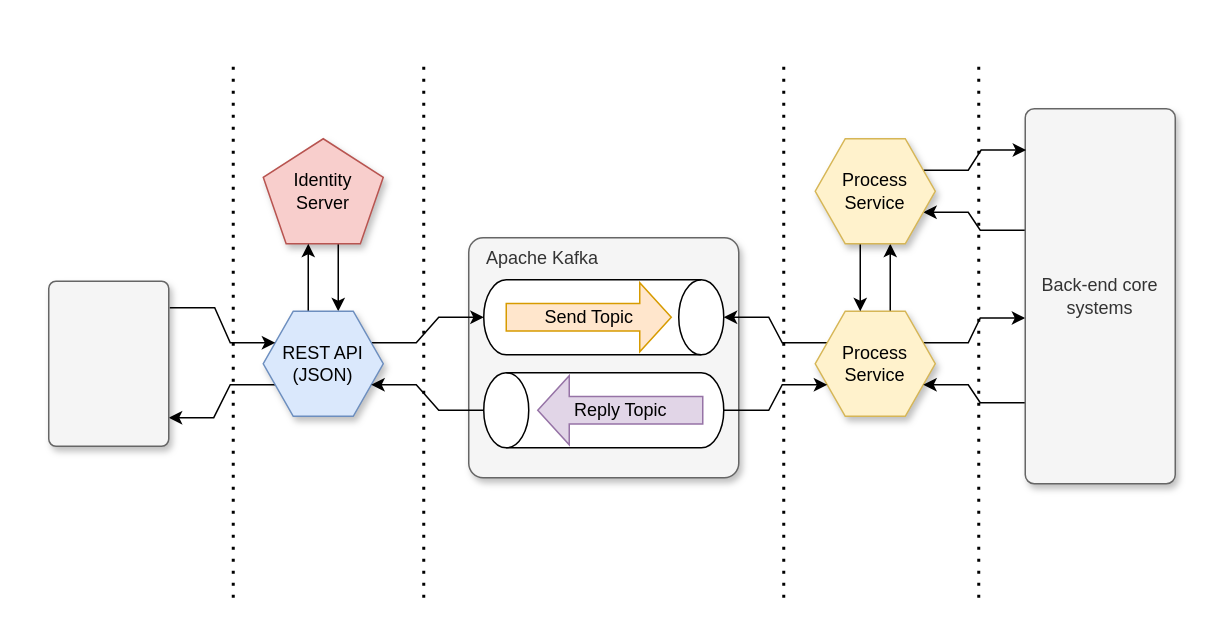
badenhorstp/readme keeps this draw.io diagram as page "Proposed Design" (1 of 8) of Microservice Architecture.drawio. Above is the earlier version. Source tidied: cells renumbered, new cells numbered last; positions are measured from the earlier drawing's top-left corner, leaving out a move shared by most shapes. Both pictures are drawn from the tidied source at 150%, with x=0, y=0 at pixel (48, 57).
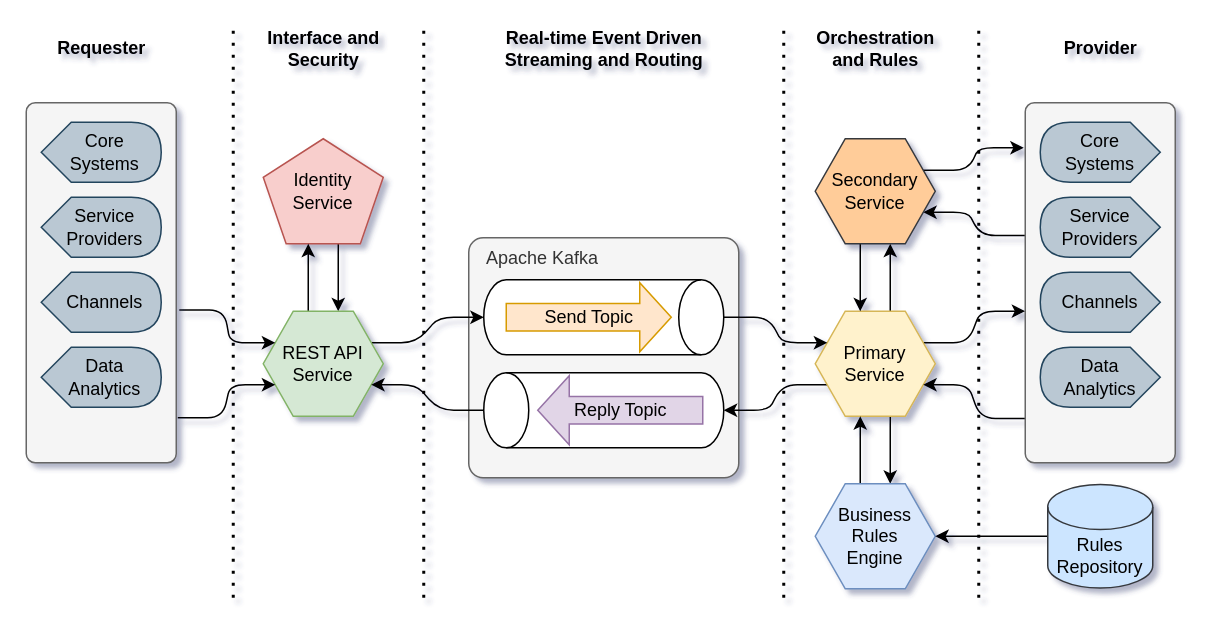
The same diagram, later.

Unchanged cells that the change refers to:
```xml
<mxCell id="21" style="shape=cylinder3;whiteSpace=wrap;html=1;boundedLbl=1;backgroundOutline=1;size=15;direction=south;" parent="1" vertex="1">
  <mxGeometry x="290" y="148" width="160" height="50" as="geometry" />
</mxCell>
<mxCell id="23" style="shape=cylinder3;whiteSpace=wrap;html=1;boundedLbl=1;backgroundOutline=1;size=15;direction=north;" parent="1" vertex="1">
  <mxGeometry x="290" y="210" width="160" height="50" as="geometry" />
</mxCell>
```

Change to the diagram source:
```diff
@@
-<mxGraphModel>
+<mxGraphModel shadow="1">
@@
-    <mxCell id="2" value="Apache Kafka" style="rounded=1;whiteSpace=wrap;html=1;arcSize=6;align=left;horizontal=1;verticalAlign=top;spacingLeft=10;fillColor=#f5f5f5;strokeColor=#666666;fontColor=#333333;shadow=1;" parent="1" vertex="1">
+    <mxCell id="2" value="Apache Kafka" style="rounded=1;whiteSpace=wrap;html=1;arcSize=6;align=left;horizontal=1;verticalAlign=top;spacingLeft=10;fillColor=#f5f5f5;strokeColor=#666666;fontColor=#333333;shadow=0;" parent="1" vertex="1">
       <mxGeometry x="280" y="120" width="180" height="160" as="geometry" />
     </mxCell>
@@
-    <mxCell id="4" value="Identity&lt;br&gt;Server" style="whiteSpace=wrap;html=1;shape=mxgraph.basic.pentagon;fillColor=#f8cecc;strokeColor=#b85450;shadow=1;" parent="1" vertex="1">
+    <mxCell id="4" value="Identity&lt;br&gt;Service" style="whiteSpace=wrap;html=1;shape=mxgraph.basic.pentagon;fillColor=#f8cecc;strokeColor=#b85450;shadow=0;" parent="1" vertex="1">
       <mxGeometry x="143" y="54" width="80" height="70" as="geometry" />
     </mxCell>
-    <mxCell id="5" style="edgeStyle=entityRelationEdgeStyle;rounded=0;jettySize=auto;html=1;exitX=1;exitY=0.25;exitDx=0;exitDy=0;entryX=0.5;entryY=1;entryDx=0;entryDy=0;entryPerimeter=0;" parent="1" edge="1" source="8" target="21">
+    <mxCell id="5" style="edgeStyle=entityRelationEdgeStyle;rounded=1;jettySize=auto;html=1;exitX=1;exitY=0.25;exitDx=0;exitDy=0;entryX=0.5;entryY=1;entryDx=0;entryDy=0;entryPerimeter=0;" parent="1" edge="1" source="8" target="21">
       <mxGeometry relative="1" as="geometry" />
     </mxCell>
@@
-    <mxCell id="7" style="edgeStyle=entityRelationEdgeStyle;rounded=0;jettySize=auto;html=1;exitX=0;exitY=0.75;exitDx=0;exitDy=0;entryX=1;entryY=0.827;entryDx=0;entryDy=0;entryPerimeter=0;" parent="1" edge="1" source="8" target="30">
-      <mxGeometry relative="1" as="geometry" />
-    </mxCell>
-    <mxCell id="8" value="REST API&lt;br&gt;(JSON)" style="shape=hexagon;perimeter=hexagonPerimeter2;whiteSpace=wrap;html=1;fixedSize=1;fillColor=#dae8fc;strokeColor=#6c8ebf;shadow=1;rounded=0;" parent="1" vertex="1">
+    <mxCell id="8" value="REST API&lt;br&gt;Service" style="shape=hexagon;perimeter=hexagonPerimeter2;whiteSpace=wrap;html=1;fixedSize=1;fillColor=#d5e8d4;strokeColor=#82b366;shadow=0;rounded=0;" parent="1" vertex="1">
       <mxGeometry x="143" y="169" width="80" height="70" as="geometry" />
     </mxCell>
-    <mxCell id="9" style="edgeStyle=entityRelationEdgeStyle;rounded=0;jettySize=auto;html=1;exitX=0;exitY=0.25;exitDx=0;exitDy=0;entryX=0.5;entryY=0;entryDx=0;entryDy=0;entryPerimeter=0;" parent="1" edge="1" source="12" target="21">
-      <mxGeometry relative="1" as="geometry" />
-    </mxCell>
-    <mxCell id="10" style="edgeStyle=entityRelationEdgeStyle;rounded=0;jettySize=auto;html=1;exitX=1;exitY=0.25;exitDx=0;exitDy=0;entryX=0;entryY=0.558;entryDx=0;entryDy=0;entryPerimeter=0;" parent="1" edge="1" source="12" target="17">
+    <mxCell id="10" style="edgeStyle=entityRelationEdgeStyle;rounded=1;jettySize=auto;html=1;exitX=1;exitY=0.25;exitDx=0;exitDy=0;entryX=0;entryY=0.579;entryDx=0;entryDy=0;entryPerimeter=0;" parent="1" edge="1" source="12" target="17">
       <mxGeometry relative="1" as="geometry" />
     </mxCell>
@@
+    <mxCell id="31" style="edgeStyle=none;rounded=1;jettySize=auto;html=1;exitX=0.625;exitY=1;exitDx=0;exitDy=0;entryX=0.625;entryY=0;entryDx=0;entryDy=0;" parent="1" edge="1" source="12" target="41">
+      <mxGeometry relative="1" as="geometry" />
+    </mxCell>
+    <mxCell id="32" style="edgeStyle=entityRelationEdgeStyle;rounded=1;jettySize=auto;html=1;exitX=0;exitY=0.75;exitDx=0;exitDy=0;entryX=0.5;entryY=1;entryDx=0;entryDy=0;entryPerimeter=0;" parent="1" edge="1" source="12" target="23">
+      <mxGeometry relative="1" as="geometry" />
+    </mxCell>
-    <mxCell id="12" value="Process&lt;br&gt;Service" style="shape=hexagon;perimeter=hexagonPerimeter2;whiteSpace=wrap;html=1;fixedSize=1;fillColor=#fff2cc;strokeColor=#d6b656;shadow=1;" parent="1" vertex="1">
+    <mxCell id="12" value="Primary Service" style="shape=hexagon;perimeter=hexagonPerimeter2;whiteSpace=wrap;html=1;fixedSize=1;fillColor=#fff2cc;strokeColor=#d6b656;shadow=0;" parent="1" vertex="1">
       <mxGeometry x="511" y="169" width="80" height="70" as="geometry" />
     </mxCell>
-    <mxCell id="13" style="edgeStyle=entityRelationEdgeStyle;rounded=0;jettySize=auto;html=1;exitX=0.5;exitY=1;exitDx=0;exitDy=0;entryX=0;entryY=0.75;entryDx=0;entryDy=0;exitPerimeter=0;" parent="1" edge="1" source="23" target="12">
-      <mxGeometry relative="1" as="geometry" />
-    </mxCell>
-    <mxCell id="14" style="edgeStyle=entityRelationEdgeStyle;rounded=0;jettySize=auto;html=1;exitX=0.5;exitY=0;exitDx=0;exitDy=0;exitPerimeter=0;entryX=1;entryY=0.75;entryDx=0;entryDy=0;" parent="1" edge="1" source="23" target="8">
+    <mxCell id="14" style="edgeStyle=entityRelationEdgeStyle;rounded=1;jettySize=auto;html=1;exitX=0.5;exitY=0;exitDx=0;exitDy=0;exitPerimeter=0;entryX=1;entryY=0.75;entryDx=0;entryDy=0;" parent="1" edge="1" source="23" target="8">
       <mxGeometry relative="1" as="geometry" />
     </mxCell>
-    <mxCell id="15" style="edgeStyle=entityRelationEdgeStyle;rounded=0;jettySize=auto;html=1;exitX=0;exitY=0.784;exitDx=0;exitDy=0;entryX=1;entryY=0.75;entryDx=0;entryDy=0;exitPerimeter=0;" parent="1" edge="1" source="17" target="12">
+    <mxCell id="15" style="edgeStyle=entityRelationEdgeStyle;rounded=1;jettySize=auto;html=1;exitX=0;exitY=0.877;exitDx=0;exitDy=0;entryX=1;entryY=0.75;entryDx=0;entryDy=0;exitPerimeter=0;" parent="1" edge="1" source="17" target="12">
       <mxGeometry relative="1" as="geometry" />
     </mxCell>
-    <mxCell id="16" style="edgeStyle=entityRelationEdgeStyle;rounded=0;jettySize=auto;html=1;exitX=0;exitY=0.324;exitDx=0;exitDy=0;entryX=1;entryY=0.75;entryDx=0;entryDy=0;exitPerimeter=0;" parent="1" edge="1" source="17" target="20">
+    <mxCell id="16" style="edgeStyle=entityRelationEdgeStyle;rounded=1;jettySize=auto;html=1;exitX=0;exitY=0.369;exitDx=0;exitDy=0;entryX=1;entryY=0.75;entryDx=0;entryDy=0;exitPerimeter=0;" parent="1" edge="1" source="17" target="20">
       <mxGeometry relative="1" as="geometry" />
     </mxCell>
-    <mxCell id="17" value="Back-end core systems" style="rounded=1;whiteSpace=wrap;html=1;arcSize=6;align=center;horizontal=1;verticalAlign=middle;spacingLeft=0;fillColor=#f5f5f5;strokeColor=#666666;fontColor=#333333;shadow=1;" parent="1" vertex="1">
-      <mxGeometry x="651" y="34" width="100" height="250" as="geometry" />
+    <mxCell id="17" style="rounded=1;whiteSpace=wrap;html=1;arcSize=6;align=center;horizontal=1;verticalAlign=middle;spacingLeft=0;fillColor=#f5f5f5;strokeColor=#666666;fontColor=#333333;shadow=0;" parent="1" vertex="1">
+      <mxGeometry x="651" y="30" width="100" height="240" as="geometry" />
     </mxCell>
@@
-    <mxCell id="19" style="edgeStyle=entityRelationEdgeStyle;rounded=0;jettySize=auto;html=1;exitX=1;exitY=0.25;exitDx=0;exitDy=0;entryX=0.006;entryY=0.11;entryDx=0;entryDy=0;entryPerimeter=0;" parent="1" edge="1" source="20" target="17">
-      <mxGeometry relative="1" as="geometry" />
+    <mxCell id="19" style="edgeStyle=entityRelationEdgeStyle;rounded=1;jettySize=auto;html=1;exitX=1;exitY=0.25;exitDx=0;exitDy=0;" parent="1" edge="1" source="20">
+      <mxGeometry relative="1" as="geometry">
+        <mxPoint x="650" y="60" as="targetPoint" />
+      </mxGeometry>
     </mxCell>
-    <mxCell id="20" value="Process&lt;br&gt;Service" style="shape=hexagon;perimeter=hexagonPerimeter2;whiteSpace=wrap;html=1;fixedSize=1;fillColor=#fff2cc;strokeColor=#d6b656;shadow=1;" parent="1" vertex="1">
+    <mxCell id="20" value="Secondary Service" style="shape=hexagon;perimeter=hexagonPerimeter2;whiteSpace=wrap;html=1;fixedSize=1;fillColor=#ffcc99;strokeColor=#36393d;shadow=0;" parent="1" vertex="1">
       <mxGeometry x="511" y="54" width="80" height="70" as="geometry" />
     </mxCell>
+    <mxCell id="33" style="edgeStyle=entityRelationEdgeStyle;rounded=1;jettySize=auto;html=1;exitX=0.5;exitY=0;exitDx=0;exitDy=0;exitPerimeter=0;entryX=0;entryY=0.25;entryDx=0;entryDy=0;" parent="1" edge="1" source="21" target="12">
+      <mxGeometry relative="1" as="geometry" />
+    </mxCell>
@@
     <mxCell id="25" style="endArrow=none;dashed=1;html=1;dashPattern=1 3;strokeWidth=2;" parent="1" edge="1">
       <mxGeometry relative="1" as="geometry">
         <mxPoint x="250" y="360" as="sourcePoint" />
-        <mxPoint x="250" as="targetPoint" />
+        <mxPoint x="250" y="-20" as="targetPoint" />
       </mxGeometry>
     </mxCell>
     <mxCell id="26" style="endArrow=none;dashed=1;html=1;dashPattern=1 3;strokeWidth=2;" parent="1" edge="1">
       <mxGeometry relative="1" as="geometry">
         <mxPoint x="490" y="360" as="sourcePoint" />
-        <mxPoint x="490" as="targetPoint" />
+        <mxPoint x="490" y="-20" as="targetPoint" />
       </mxGeometry>
     </mxCell>
     <mxCell id="27" style="endArrow=none;dashed=1;html=1;dashPattern=1 3;strokeWidth=2;" parent="1" edge="1">
       <mxGeometry relative="1" as="geometry">
         <mxPoint x="123" y="360" as="sourcePoint" />
-        <mxPoint x="123" as="targetPoint" />
+        <mxPoint x="123" y="-20" as="targetPoint" />
       </mxGeometry>
     </mxCell>
     <mxCell id="28" style="endArrow=none;dashed=1;html=1;dashPattern=1 3;strokeWidth=2;" parent="1" edge="1">
       <mxGeometry relative="1" as="geometry">
         <mxPoint x="620" y="360" as="sourcePoint" />
-        <mxPoint x="620" as="targetPoint" />
+        <mxPoint x="620" y="-20" as="targetPoint" />
       </mxGeometry>
     </mxCell>
-    <mxCell id="29" style="edgeStyle=entityRelationEdgeStyle;rounded=0;jettySize=auto;html=1;exitX=1.008;exitY=0.161;exitDx=0;exitDy=0;entryX=0;entryY=0.25;entryDx=0;entryDy=0;exitPerimeter=0;" parent="1" edge="1" source="30" target="8">
-      <mxGeometry relative="1" as="geometry" />
-    </mxCell>
-    <mxCell id="30" style="rounded=1;whiteSpace=wrap;html=1;arcSize=6;align=center;horizontal=1;verticalAlign=middle;spacingLeft=0;fillColor=#f5f5f5;strokeColor=#666666;fontColor=#333333;shadow=1;" parent="1" vertex="1">
-      <mxGeometry y="149" width="80" height="110" as="geometry" />
-    </mxCell>
+    <mxCell id="34" value="Interface and&lt;br&gt;Security" style="text;html=1;align=center;verticalAlign=middle;fillColor=none;strokeColor=none;rounded=0;shadow=0;glass=0;sketch=0;fontStyle=1;" parent="1" vertex="1">
+      <mxGeometry x="138" y="-21" width="90" height="30" as="geometry" />
+    </mxCell>
+    <mxCell id="35" value="Real-time Event Driven &lt;br&gt;Streaming and Routing" style="text;html=1;align=center;verticalAlign=middle;fillColor=none;strokeColor=none;rounded=0;shadow=0;glass=0;sketch=0;fontStyle=1;" parent="1" vertex="1">
+      <mxGeometry x="295" y="-21" width="150" height="30" as="geometry" />
+    </mxCell>
+    <mxCell id="36" value="Orchestration&lt;br&gt;and Rules" style="text;html=1;align=center;verticalAlign=middle;fillColor=none;strokeColor=none;rounded=0;shadow=0;glass=0;sketch=0;fontStyle=1;" parent="1" vertex="1">
+      <mxGeometry x="506" y="-21" width="90" height="30" as="geometry" />
+    </mxCell>
+    <mxCell id="37" style="edgeStyle=entityRelationEdgeStyle;rounded=1;jettySize=auto;html=1;exitX=1.02;exitY=0.576;exitDx=0;exitDy=0;entryX=0;entryY=0.25;entryDx=0;entryDy=0;exitPerimeter=0;" parent="1" edge="1" source="39" target="8">
+      <mxGeometry relative="1" as="geometry" />
+    </mxCell>
+    <mxCell id="38" style="edgeStyle=entityRelationEdgeStyle;rounded=1;jettySize=auto;html=1;entryX=0;entryY=0.75;entryDx=0;entryDy=0;" parent="1" edge="1" target="8">
+      <mxGeometry relative="1" as="geometry">
+        <mxPoint x="86" y="240" as="sourcePoint" />
+      </mxGeometry>
+    </mxCell>
+    <mxCell id="39" style="rounded=1;whiteSpace=wrap;html=1;arcSize=6;align=center;horizontal=1;verticalAlign=middle;spacingLeft=0;fillColor=#f5f5f5;strokeColor=#666666;fontColor=#333333;shadow=0;" parent="1" vertex="1">
+      <mxGeometry x="-15" y="30" width="100" height="240" as="geometry" />
+    </mxCell>
+    <mxCell id="40" style="edgeStyle=none;rounded=1;jettySize=auto;html=1;exitX=0.375;exitY=0;exitDx=0;exitDy=0;entryX=0.375;entryY=1;entryDx=0;entryDy=0;" parent="1" edge="1" source="41" target="12">
+      <mxGeometry relative="1" as="geometry" />
+    </mxCell>
+    <mxCell id="41" value="Business Rules&lt;br&gt;Engine" style="shape=hexagon;perimeter=hexagonPerimeter2;whiteSpace=wrap;html=1;fixedSize=1;fillColor=#dae8fc;strokeColor=#6c8ebf;shadow=0;" parent="1" vertex="1">
+      <mxGeometry x="511" y="284" width="80" height="70" as="geometry" />
+    </mxCell>
+    <mxCell id="42" style="edgeStyle=none;rounded=1;jettySize=auto;html=1;exitX=0;exitY=0.5;exitDx=0;exitDy=0;exitPerimeter=0;entryX=1;entryY=0.5;entryDx=0;entryDy=0;" parent="1" edge="1" source="43" target="41">
+      <mxGeometry relative="1" as="geometry" />
+    </mxCell>
+    <mxCell id="43" value="Rules&lt;br&gt;Repository" style="shape=cylinder3;whiteSpace=wrap;html=1;boundedLbl=1;backgroundOutline=1;size=15;rounded=0;shadow=0;glass=0;sketch=0;align=center;fillColor=#cce5ff;strokeColor=#36393d;" parent="1" vertex="1">
+      <mxGeometry x="666" y="284.5" width="70" height="69" as="geometry" />
+    </mxCell>
+    <mxCell id="44" value="Core&lt;br&gt;Systems" style="shape=display;whiteSpace=wrap;html=1;rounded=0;shadow=0;glass=0;sketch=0;align=center;spacingLeft=5;fillColor=#bac8d3;strokeColor=#23445d;" parent="1" vertex="1">
+      <mxGeometry x="-5" y="43" width="80" height="40" as="geometry" />
+    </mxCell>
+    <mxCell id="45" value="Service Providers" style="shape=display;whiteSpace=wrap;html=1;rounded=0;shadow=0;glass=0;sketch=0;align=center;spacingTop=0;spacingLeft=5;fillColor=#bac8d3;strokeColor=#23445d;" parent="1" vertex="1">
+      <mxGeometry x="-5" y="93" width="80" height="40" as="geometry" />
+    </mxCell>
+    <mxCell id="46" value="Channels" style="shape=display;whiteSpace=wrap;html=1;rounded=0;shadow=0;glass=0;sketch=0;align=center;spacingTop=0;spacingLeft=5;fillColor=#bac8d3;strokeColor=#23445d;" parent="1" vertex="1">
+      <mxGeometry x="-5" y="143" width="80" height="40" as="geometry" />
+    </mxCell>
+    <mxCell id="47" value="Data&lt;br&gt;Analytics" style="shape=display;whiteSpace=wrap;html=1;rounded=0;shadow=0;glass=0;sketch=0;align=center;spacingTop=0;spacingLeft=5;fillColor=#bac8d3;strokeColor=#23445d;" parent="1" vertex="1">
+      <mxGeometry x="-5" y="193" width="80" height="40" as="geometry" />
+    </mxCell>
+    <mxCell id="48" value="Core&lt;br&gt;Systems" style="shape=display;whiteSpace=wrap;html=1;rounded=0;shadow=0;glass=0;sketch=0;align=center;spacingLeft=0;direction=west;fillColor=#bac8d3;strokeColor=#23445d;" parent="1" vertex="1">
+      <mxGeometry x="661" y="43" width="80" height="40" as="geometry" />
+    </mxCell>
+    <mxCell id="49" value="Service Providers" style="shape=display;whiteSpace=wrap;html=1;rounded=0;shadow=0;glass=0;sketch=0;align=center;spacingTop=0;spacingLeft=0;direction=west;fillColor=#bac8d3;strokeColor=#23445d;" parent="1" vertex="1">
+      <mxGeometry x="661" y="93" width="80" height="40" as="geometry" />
+    </mxCell>
+    <mxCell id="50" value="Channels" style="shape=display;whiteSpace=wrap;html=1;rounded=0;shadow=0;glass=0;sketch=0;align=center;spacingTop=0;spacingLeft=0;direction=west;fillColor=#bac8d3;strokeColor=#23445d;" parent="1" vertex="1">
+      <mxGeometry x="661" y="143" width="80" height="40" as="geometry" />
+    </mxCell>
+    <mxCell id="51" value="Data&lt;br&gt;Analytics" style="shape=display;whiteSpace=wrap;html=1;rounded=0;shadow=0;glass=0;sketch=0;align=center;spacingTop=0;spacingLeft=0;direction=west;fillColor=#bac8d3;strokeColor=#23445d;" parent="1" vertex="1">
+      <mxGeometry x="661" y="193" width="80" height="40" as="geometry" />
+    </mxCell>
+    <mxCell id="52" value="Requester" style="text;html=1;align=center;verticalAlign=middle;fillColor=none;strokeColor=none;rounded=0;shadow=0;glass=0;sketch=0;fontStyle=1;" parent="1" vertex="1">
+      <mxGeometry y="-16" width="70" height="20" as="geometry" />
+    </mxCell>
+    <mxCell id="53" value="Provider" style="text;html=1;align=center;verticalAlign=middle;fillColor=none;strokeColor=none;rounded=0;shadow=0;glass=0;sketch=0;fontStyle=1;" parent="1" vertex="1">
+      <mxGeometry x="671" y="-16" width="60" height="20" as="geometry" />
+    </mxCell>
```
